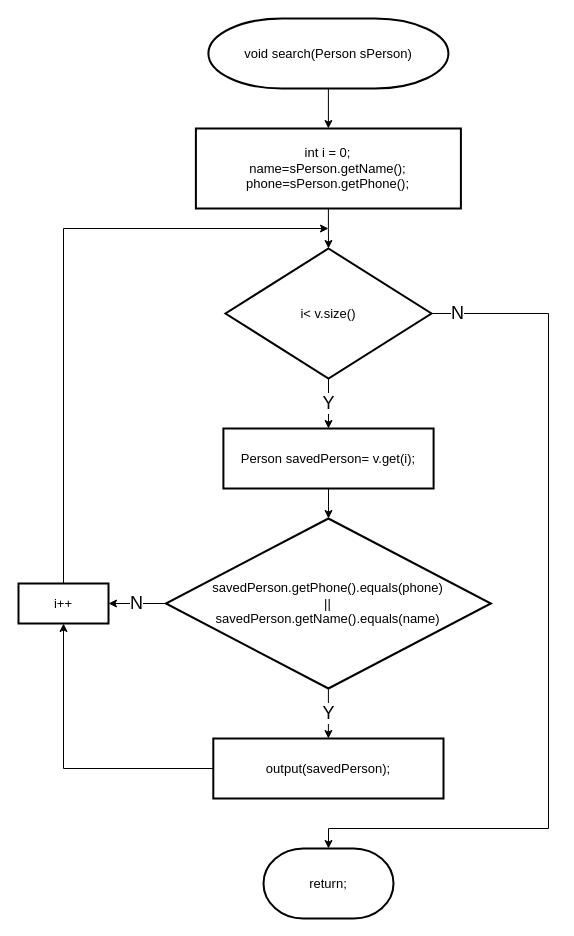
Before: 순서도/Search 기능.drawio in skatld123/PH_list_java, a draw.io diagram. Source tidied: cells renumbered, new cells numbered last; positions are measured from the earlier drawing's top-left corner, leaving out a move shared by most shapes. Both pictures are drawn from the tidied source at 100%, with x=0, y=0 at pixel (18, 18).
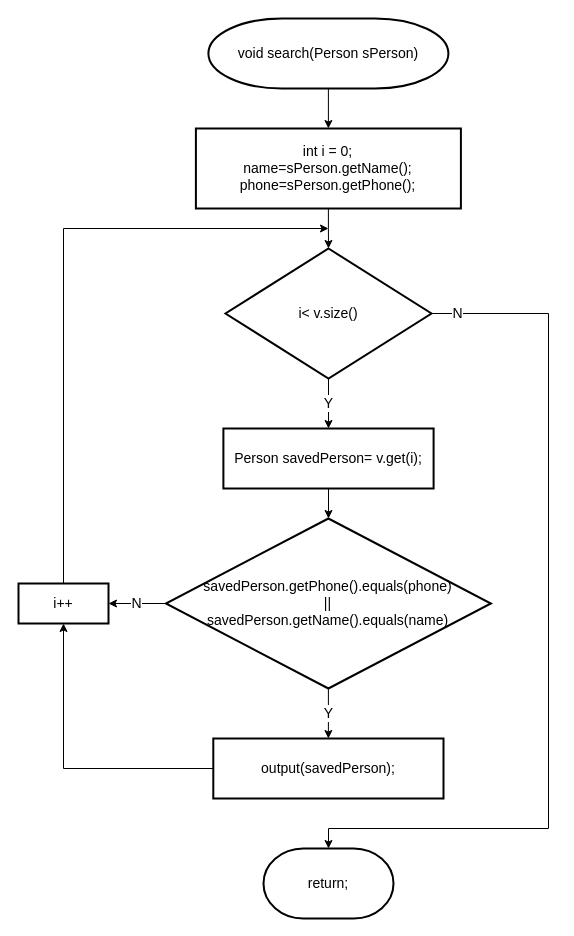
The same page after the edit.

Commit message:
Search 기능.drawio 업데이트

Diff of the diagram source:
```diff
@@
-    <mxCell id="2" style="edgeStyle=orthogonalEdgeStyle;rounded=0;jettySize=auto;html=1;entryX=0.5;entryY=1;entryDx=0;entryDy=0;fontSize=18;" parent="1" edge="1" source="3" target="11">
+    <mxCell id="2" style="edgeStyle=orthogonalEdgeStyle;rounded=0;jettySize=auto;html=1;entryX=0.5;entryY=1;entryDx=0;entryDy=0;fontSize=14;" parent="1" edge="1" source="3" target="11">
       <mxGeometry relative="1" as="geometry" />
     </mxCell>
-    <mxCell id="3" value="output(savedPerson);" style="rounded=1;whiteSpace=wrap;html=1;absoluteArcSize=1;arcSize=0;strokeWidth=2;fontSize=13;" parent="1" vertex="1">
+    <mxCell id="3" value="output(savedPerson);" style="rounded=1;whiteSpace=wrap;html=1;absoluteArcSize=1;arcSize=0;strokeWidth=2;fontSize=14;" parent="1" vertex="1">
       <mxGeometry x="194.8" y="720" width="230.2" height="60" as="geometry" />
     </mxCell>
-    <mxCell id="4" value="return;" style="strokeWidth=2;html=1;shape=mxgraph.flowchart.terminator;whiteSpace=wrap;fontSize=13;" parent="1" vertex="1">
+    <mxCell id="4" value="return;" style="strokeWidth=2;html=1;shape=mxgraph.flowchart.terminator;whiteSpace=wrap;fontSize=14;" parent="1" vertex="1">
       <mxGeometry x="245" y="830" width="130" height="70" as="geometry" />
     </mxCell>
-    <mxCell id="5" value="Y" style="edgeStyle=orthogonalEdgeStyle;rounded=0;jettySize=auto;html=1;exitX=0.5;exitY=1;exitDx=0;exitDy=0;exitPerimeter=0;entryX=0.5;entryY=0;entryDx=0;entryDy=0;fontSize=18;" parent="1" edge="1" source="7" target="13">
+    <mxCell id="5" value="Y" style="edgeStyle=orthogonalEdgeStyle;rounded=0;jettySize=auto;html=1;exitX=0.5;exitY=1;exitDx=0;exitDy=0;exitPerimeter=0;entryX=0.5;entryY=0;entryDx=0;entryDy=0;fontSize=14;" parent="1" edge="1" source="7" target="13">
       <mxGeometry relative="1" as="geometry" />
     </mxCell>
-    <mxCell id="6" value="N" style="edgeStyle=orthogonalEdgeStyle;rounded=0;jettySize=auto;html=1;entryX=0.5;entryY=0;entryDx=0;entryDy=0;entryPerimeter=0;fontSize=18;" parent="1" edge="1" source="7" target="4">
+    <mxCell id="6" value="N" style="edgeStyle=orthogonalEdgeStyle;rounded=0;jettySize=auto;html=1;entryX=0.5;entryY=0;entryDx=0;entryDy=0;entryPerimeter=0;fontSize=14;" parent="1" edge="1" source="7" target="4">
       <mxGeometry x="-0.94" relative="1" as="geometry">
         <Array as="points">
           <mxPoint x="530" y="295" />
           <mxPoint x="530" y="810" />
           <mxPoint x="310" y="810" />
         </Array>
       </mxGeometry>
     </mxCell>
-    <mxCell id="7" value="i&amp;lt; v.size()" style="strokeWidth=2;html=1;shape=mxgraph.flowchart.decision;whiteSpace=wrap;fontSize=13;" parent="1" vertex="1">
+    <mxCell id="7" value="i&amp;lt; v.size()" style="strokeWidth=2;html=1;shape=mxgraph.flowchart.decision;whiteSpace=wrap;fontSize=14;" parent="1" vertex="1">
       <mxGeometry x="207" y="230" width="206" height="130" as="geometry" />
     </mxCell>
-    <mxCell id="8" style="edgeStyle=orthogonalEdgeStyle;rounded=0;jettySize=auto;html=1;exitX=0.5;exitY=1;exitDx=0;exitDy=0;entryX=0.5;entryY=0;entryDx=0;entryDy=0;entryPerimeter=0;fontSize=13;" parent="1" edge="1" source="9" target="7">
+    <mxCell id="8" style="edgeStyle=orthogonalEdgeStyle;rounded=0;jettySize=auto;html=1;exitX=0.5;exitY=1;exitDx=0;exitDy=0;entryX=0.5;entryY=0;entryDx=0;entryDy=0;entryPerimeter=0;fontSize=14;" parent="1" edge="1" source="9" target="7">
       <mxGeometry relative="1" as="geometry" />
     </mxCell>
-    <mxCell id="9" value="int i = 0;&lt;br&gt;name=&lt;span style=&quot;text-align: left&quot;&gt;sPerson&lt;/span&gt;.getName();&lt;br&gt;phone=&lt;span style=&quot;text-align: left&quot;&gt;sPerson&lt;/span&gt;.getPhone();" style="rounded=1;whiteSpace=wrap;html=1;absoluteArcSize=1;arcSize=0;strokeWidth=2;fontSize=13;" parent="1" vertex="1">
+    <mxCell id="9" value="int i = 0;&lt;br style=&quot;font-size: 14px;&quot;&gt;name=&lt;span style=&quot;text-align: left; font-size: 14px;&quot;&gt;sPerson&lt;/span&gt;.getName();&lt;br style=&quot;font-size: 14px;&quot;&gt;phone=&lt;span style=&quot;text-align: left; font-size: 14px;&quot;&gt;sPerson&lt;/span&gt;.getPhone();" style="rounded=1;whiteSpace=wrap;html=1;absoluteArcSize=1;arcSize=0;strokeWidth=2;fontSize=14;" parent="1" vertex="1">
       <mxGeometry x="177.4" y="110" width="265" height="80" as="geometry" />
     </mxCell>
-    <mxCell id="10" style="edgeStyle=orthogonalEdgeStyle;rounded=0;jettySize=auto;html=1;fontSize=13;" parent="1" edge="1" source="11">
+    <mxCell id="10" style="edgeStyle=orthogonalEdgeStyle;rounded=0;jettySize=auto;html=1;fontSize=14;" parent="1" edge="1" source="11">
       <mxGeometry relative="1" as="geometry">
         <mxPoint x="310" y="210" as="targetPoint" />
         <Array as="points">
           <mxPoint x="45" y="210" />
         </Array>
       </mxGeometry>
     </mxCell>
-    <mxCell id="11" value="i++" style="rounded=1;whiteSpace=wrap;html=1;absoluteArcSize=1;arcSize=0;strokeWidth=2;fontSize=13;" parent="1" vertex="1">
+    <mxCell id="11" value="i++" style="rounded=1;whiteSpace=wrap;html=1;absoluteArcSize=1;arcSize=0;strokeWidth=2;fontSize=14;" parent="1" vertex="1">
       <mxGeometry y="565" width="90" height="40" as="geometry" />
     </mxCell>
-    <mxCell id="12" style="edgeStyle=orthogonalEdgeStyle;rounded=0;jettySize=auto;html=1;exitX=0.5;exitY=1;exitDx=0;exitDy=0;entryX=0.5;entryY=0;entryDx=0;entryDy=0;entryPerimeter=0;fontSize=13;" parent="1" edge="1" source="13">
+    <mxCell id="12" style="edgeStyle=orthogonalEdgeStyle;rounded=0;jettySize=auto;html=1;exitX=0.5;exitY=1;exitDx=0;exitDy=0;entryX=0.5;entryY=0;entryDx=0;entryDy=0;entryPerimeter=0;fontSize=14;" parent="1" edge="1" source="13">
       <mxGeometry relative="1" as="geometry">
         <mxPoint x="310" y="500" as="targetPoint" />
       </mxGeometry>
     </mxCell>
-    <mxCell id="13" value="Person savedPerson= v.get(i);" style="rounded=1;whiteSpace=wrap;html=1;absoluteArcSize=1;arcSize=0;strokeWidth=2;fontSize=13;" parent="1" vertex="1">
+    <mxCell id="13" value="Person savedPerson= v.get(i);" style="rounded=1;whiteSpace=wrap;html=1;absoluteArcSize=1;arcSize=0;strokeWidth=2;fontSize=14;" parent="1" vertex="1">
       <mxGeometry x="204.9" y="410" width="210.2" height="60" as="geometry" />
     </mxCell>
-    <mxCell id="14" style="edgeStyle=orthogonalEdgeStyle;rounded=0;jettySize=auto;html=1;fontSize=18;" parent="1" edge="1" source="15" target="9">
+    <mxCell id="14" style="edgeStyle=orthogonalEdgeStyle;rounded=0;jettySize=auto;html=1;fontSize=14;" parent="1" edge="1" source="15" target="9">
       <mxGeometry relative="1" as="geometry" />
     </mxCell>
-    <mxCell id="15" value="&lt;span style=&quot;text-align: left ; font-size: 13px&quot;&gt;void search(Person sPerson)&lt;/span&gt;" style="strokeWidth=2;html=1;shape=mxgraph.flowchart.terminator;whiteSpace=wrap;fontSize=13;" parent="1" vertex="1">
+    <mxCell id="15" value="&lt;span style=&quot;text-align: left; font-size: 14px;&quot;&gt;void search(Person sPerson)&lt;/span&gt;" style="strokeWidth=2;html=1;shape=mxgraph.flowchart.terminator;whiteSpace=wrap;fontSize=14;" parent="1" vertex="1">
       <mxGeometry x="189.9" width="240" height="70" as="geometry" />
     </mxCell>
-    <mxCell id="16" value="Y" style="edgeStyle=orthogonalEdgeStyle;rounded=0;jettySize=auto;html=1;fontSize=18;" parent="1" edge="1" source="18" target="3">
+    <mxCell id="16" value="Y" style="edgeStyle=orthogonalEdgeStyle;rounded=0;jettySize=auto;html=1;fontSize=14;" parent="1" edge="1" source="18" target="3">
       <mxGeometry relative="1" as="geometry" />
     </mxCell>
-    <mxCell id="17" value="N" style="edgeStyle=orthogonalEdgeStyle;rounded=0;jettySize=auto;html=1;fontSize=18;" parent="1" edge="1" source="18" target="11">
+    <mxCell id="17" value="N" style="edgeStyle=orthogonalEdgeStyle;rounded=0;jettySize=auto;html=1;fontSize=14;" parent="1" edge="1" source="18" target="11">
       <mxGeometry relative="1" as="geometry" />
     </mxCell>
-    <mxCell id="18" value="savedPerson.getPhone().equals(&lt;span style=&quot;text-align: left&quot;&gt;phone&lt;/span&gt;)&lt;br&gt;||&lt;br&gt;savedPerson.getName().equals(name)" style="strokeWidth=2;html=1;shape=mxgraph.flowchart.decision;whiteSpace=wrap;fontSize=13;" parent="1" vertex="1">
+    <mxCell id="18" value="savedPerson.getPhone().equals(&lt;span style=&quot;text-align: left; font-size: 14px;&quot;&gt;phone&lt;/span&gt;)&lt;br style=&quot;font-size: 14px;&quot;&gt;||&lt;br style=&quot;font-size: 14px;&quot;&gt;savedPerson.getName().equals(name)" style="strokeWidth=2;html=1;shape=mxgraph.flowchart.decision;whiteSpace=wrap;fontSize=14;" parent="1" vertex="1">
       <mxGeometry x="147.4" y="500" width="325" height="170" as="geometry" />
     </mxCell>
```
